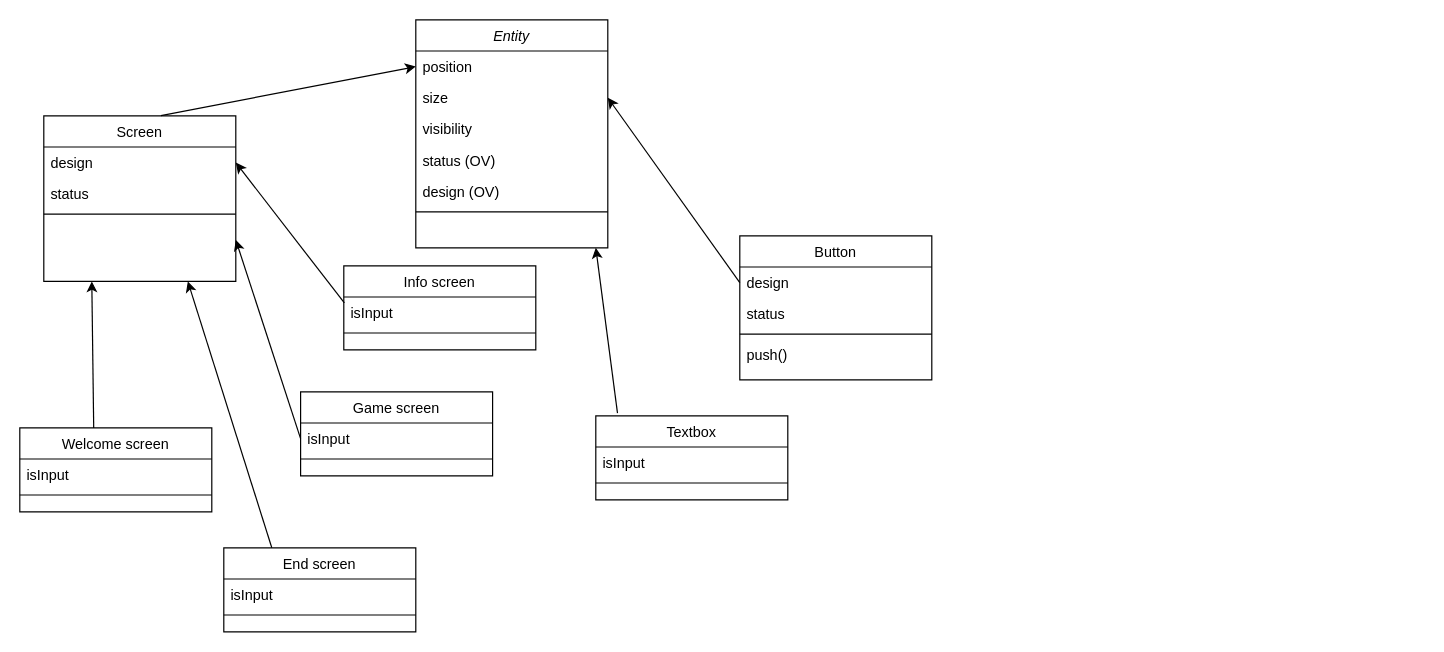
Szaller99/BRSzT-Hazi-Torpedo-Tea-Szaller-Laci keeps this draw.io diagram as test.drawio. Above is the earlier version. Source tidied: cells renumbered, new cells numbered last; positions are measured from the earlier drawing's top-left corner, leaving out a move shared by most shapes. Both pictures are drawn from the tidied source at 120%, with x=0, y=0 at pixel (19, 19).
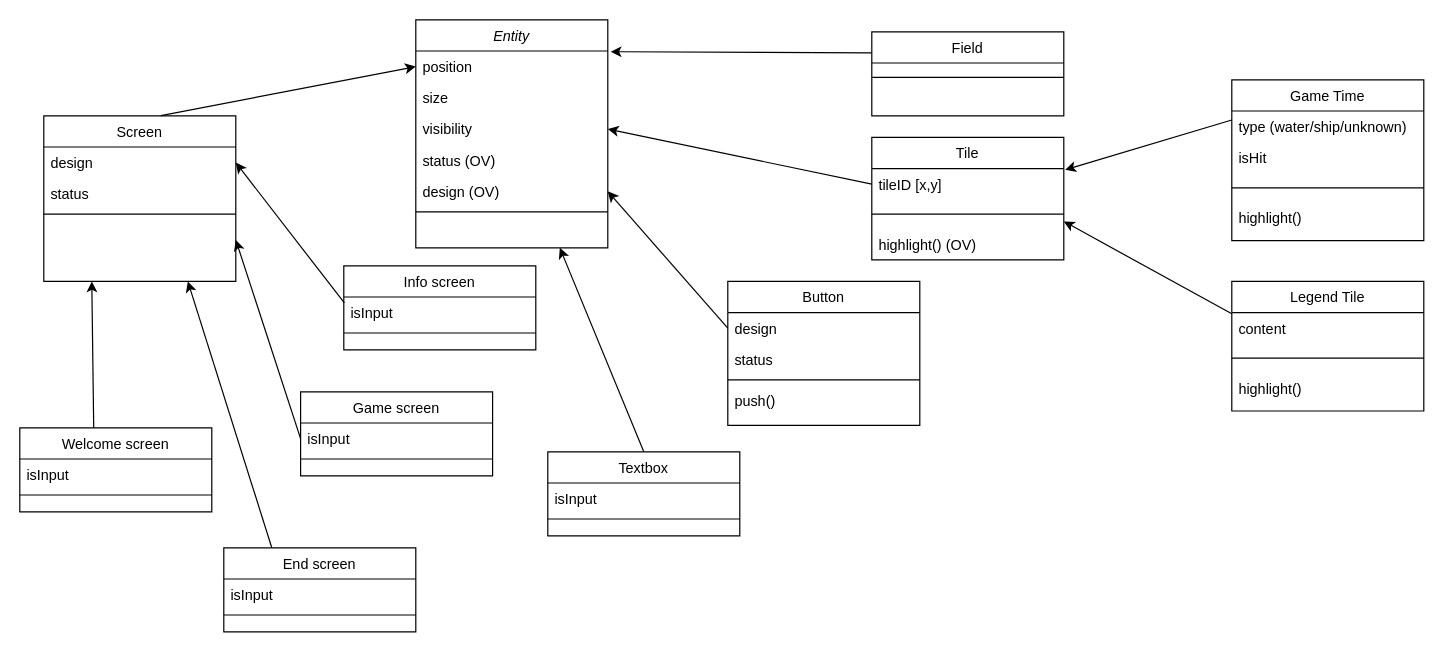
Above is the later version.

Commit message:
uml added game field visu classes

The change refers to these unchanged cells:
```xml
<mxCell id="2" value="Entity" style="swimlane;fontStyle=2;align=center;verticalAlign=top;horizontal=1;startSize=26;rounded=0;shadow=0;strokeWidth=1;" parent="1" vertex="1">
  <mxGeometry x="330" width="160" height="190" as="geometry" />
</mxCell>
<mxCell id="3" value="position" style="text;align=left;verticalAlign=top;spacingLeft=4;spacingRight=4;overflow=hidden;points=[[0,0.5],[1,0.5]];portConstraint=eastwest;" parent="2" vertex="1">
  <mxGeometry y="26" width="160" height="26" as="geometry" />
</mxCell>
<mxCell id="4" value="size" style="text;align=left;verticalAlign=top;spacingLeft=4;spacingRight=4;overflow=hidden;points=[[0,0.5],[1,0.5]];portConstraint=eastwest;rounded=0;shadow=0;html=0;" parent="2" vertex="1">
  <mxGeometry y="52" width="160" height="26" as="geometry" />
</mxCell>
<mxCell id="5" value="visibility" style="text;align=left;verticalAlign=top;spacingLeft=4;spacingRight=4;overflow=hidden;points=[[0,0.5],[1,0.5]];portConstraint=eastwest;rounded=0;shadow=0;html=0;" parent="2" vertex="1">
  <mxGeometry y="78" width="160" height="26" as="geometry" />
</mxCell>
<mxCell id="7" value="design (OV)" style="text;align=left;verticalAlign=top;spacingLeft=4;spacingRight=4;overflow=hidden;points=[[0,0.5],[1,0.5]];portConstraint=eastwest;rounded=0;shadow=0;html=0;" parent="2" vertex="1">
  <mxGeometry y="130" width="160" height="26" as="geometry" />
</mxCell>
<mxCell id="17" value="design" style="text;align=left;verticalAlign=top;spacingLeft=4;spacingRight=4;overflow=hidden;points=[[0,0.5],[1,0.5]];portConstraint=eastwest;" parent="16" vertex="1">
  <mxGeometry y="26" width="160" height="26" as="geometry" />
</mxCell>
```

Change to the diagram source:
```diff
@@
     <mxCell id="13" value="Textbox" style="swimlane;fontStyle=0;align=center;verticalAlign=top;horizontal=1;startSize=26;rounded=0;shadow=0;strokeWidth=1;" parent="1" vertex="1">
-      <mxGeometry x="480" y="330" width="160" height="70" as="geometry" />
+      <mxGeometry x="440" y="360" width="160" height="70" as="geometry" />
     </mxCell>
@@
     <mxCell id="16" value="Button" style="swimlane;fontStyle=0;align=center;verticalAlign=top;horizontal=1;startSize=26;rounded=0;shadow=0;strokeWidth=1;" parent="1" vertex="1">
-      <mxGeometry x="600" y="180" width="160" height="120" as="geometry" />
+      <mxGeometry x="590" y="218" width="160" height="120" as="geometry" />
     </mxCell>
@@
-    <mxCell id="21" style="endArrow=classic;html=1;rounded=0;exitX=0;exitY=0.5;exitDx=0;exitDy=0;entryX=1;entryY=0.5;entryDx=0;entryDy=0;" parent="1" edge="1" source="17" target="4">
+    <mxCell id="21" style="endArrow=classic;html=1;rounded=0;exitX=0;exitY=0.5;exitDx=0;exitDy=0;entryX=1;entryY=0.5;entryDx=0;entryDy=0;" parent="1" edge="1" source="17" target="7">
       <mxGeometry relative="1" as="geometry" />
     </mxCell>
-    <mxCell id="22" style="endArrow=classic;html=1;rounded=0;exitX=0.113;exitY=-0.031;exitDx=0;exitDy=0;exitPerimeter=0;" parent="1" edge="1" source="13">
-      <mxGeometry relative="1" as="geometry">
-        <mxPoint x="480" y="190" as="targetPoint" />
-      </mxGeometry>
+    <mxCell id="22" style="endArrow=classic;html=1;rounded=0;exitX=0.5;exitY=0;exitDx=0;exitDy=0;entryX=0.75;entryY=1;entryDx=0;entryDy=0;" parent="1" edge="1" source="13" target="2">
+      <mxGeometry relative="1" as="geometry" />
     </mxCell>
@@
+    <mxCell id="40" value="Field" style="swimlane;fontStyle=0;align=center;verticalAlign=top;horizontal=1;startSize=26;rounded=0;shadow=0;strokeWidth=1;" parent="1" vertex="1">
+      <mxGeometry x="710" y="10" width="160" height="70" as="geometry" />
+    </mxCell>
+    <mxCell id="41" style="line;html=1;strokeWidth=1;align=left;verticalAlign=middle;spacingTop=-1;spacingLeft=3;spacingRight=3;labelPosition=right;" parent="40" vertex="1">
+      <mxGeometry y="26" width="160" height="24" as="geometry" />
+    </mxCell>
+    <mxCell id="42" style="endArrow=classic;html=1;rounded=0;entryX=1.015;entryY=0.023;entryDx=0;entryDy=0;entryPerimeter=0;exitX=0;exitY=0.25;exitDx=0;exitDy=0;" parent="1" edge="1" source="40" target="3">
+      <mxGeometry relative="1" as="geometry" />
+    </mxCell>
+    <mxCell id="43" value="Game Time" style="swimlane;fontStyle=0;align=center;verticalAlign=top;horizontal=1;startSize=26;rounded=0;shadow=0;strokeWidth=1;" parent="1" vertex="1">
+      <mxGeometry x="1010" y="50" width="160" height="134" as="geometry" />
+    </mxCell>
+    <mxCell id="44" value="type (water/ship/unknown)" style="text;align=left;verticalAlign=top;spacingLeft=4;spacingRight=4;overflow=hidden;" parent="43" vertex="1">
+      <mxGeometry y="26" width="160" height="26" as="geometry" />
+    </mxCell>
+    <mxCell id="45" value="isHit" style="text;align=left;verticalAlign=top;spacingLeft=4;spacingRight=4;overflow=hidden;" parent="43" vertex="1">
+      <mxGeometry y="52" width="160" height="26" as="geometry" />
+    </mxCell>
+    <mxCell id="46" style="line;html=1;strokeWidth=1;align=left;verticalAlign=middle;spacingTop=-1;spacingLeft=3;spacingRight=3;labelPosition=right;" parent="43" vertex="1">
+      <mxGeometry y="78" width="160" height="24" as="geometry" />
+    </mxCell>
+    <mxCell id="47" value="highlight()" style="text;align=left;verticalAlign=top;spacingLeft=4;spacingRight=4;overflow=hidden;" parent="43" vertex="1">
+      <mxGeometry y="102" width="160" height="32" as="geometry" />
+    </mxCell>
+    <mxCell id="48" style="endArrow=classic;html=1;rounded=0;exitX=0;exitY=0.25;exitDx=0;exitDy=0;entryX=1.007;entryY=0.038;entryDx=0;entryDy=0;entryPerimeter=0;" parent="1" edge="1" source="43" target="55">
+      <mxGeometry relative="1" as="geometry" />
+    </mxCell>
+    <mxCell id="49" value="Legend Tile" style="swimlane;fontStyle=0;align=center;verticalAlign=top;horizontal=1;startSize=26;rounded=0;shadow=0;strokeWidth=1;" parent="1" vertex="1">
+      <mxGeometry x="1010" y="218" width="160" height="108" as="geometry" />
+    </mxCell>
+    <mxCell id="50" value="content" style="text;align=left;verticalAlign=top;spacingLeft=4;spacingRight=4;overflow=hidden;" parent="49" vertex="1">
+      <mxGeometry y="26" width="160" height="26" as="geometry" />
+    </mxCell>
+    <mxCell id="51" style="line;html=1;strokeWidth=1;align=left;verticalAlign=middle;spacingTop=-1;spacingLeft=3;spacingRight=3;labelPosition=right;" parent="49" vertex="1">
+      <mxGeometry y="52" width="160" height="24" as="geometry" />
+    </mxCell>
+    <mxCell id="52" value="highlight()" style="text;align=left;verticalAlign=top;spacingLeft=4;spacingRight=4;overflow=hidden;" parent="49" vertex="1">
+      <mxGeometry y="76" width="160" height="32" as="geometry" />
+    </mxCell>
+    <mxCell id="53" style="endArrow=classic;html=1;rounded=0;exitX=0;exitY=0.25;exitDx=0;exitDy=0;entryX=1;entryY=0.75;entryDx=0;entryDy=0;entryPerimeter=0;" parent="1" edge="1" source="49" target="56">
+      <mxGeometry relative="1" as="geometry" />
+    </mxCell>
+    <mxCell id="54" value="Tile" style="swimlane;fontStyle=0;align=center;verticalAlign=top;horizontal=1;startSize=26;rounded=0;shadow=0;strokeWidth=1;" parent="1" vertex="1">
+      <mxGeometry x="710" y="98" width="160" height="102" as="geometry" />
+    </mxCell>
+    <mxCell id="55" value="tileID [x,y]" style="text;align=left;verticalAlign=top;spacingLeft=4;spacingRight=4;overflow=hidden;points=[[0,0.5],[1,0.5]];portConstraint=eastwest;" parent="54" vertex="1">
+      <mxGeometry y="26" width="160" height="26" as="geometry" />
+    </mxCell>
+    <mxCell id="56" style="line;html=1;strokeWidth=1;align=left;verticalAlign=middle;spacingTop=-1;spacingLeft=3;spacingRight=3;labelPosition=right;points=[];portConstraint=eastwest;" parent="54" vertex="1">
+      <mxGeometry y="52" width="160" height="24" as="geometry" />
+    </mxCell>
+    <mxCell id="57" value="highlight() (OV)" style="text;align=left;verticalAlign=top;spacingLeft=4;spacingRight=4;overflow=hidden;" parent="54" vertex="1">
+      <mxGeometry y="76" width="160" height="26" as="geometry" />
+    </mxCell>
+    <mxCell id="58" style="endArrow=classic;html=1;rounded=0;entryX=1;entryY=0.5;entryDx=0;entryDy=0;exitX=0;exitY=0.5;exitDx=0;exitDy=0;" parent="1" edge="1" source="55" target="5">
+      <mxGeometry relative="1" as="geometry" />
+    </mxCell>
```
